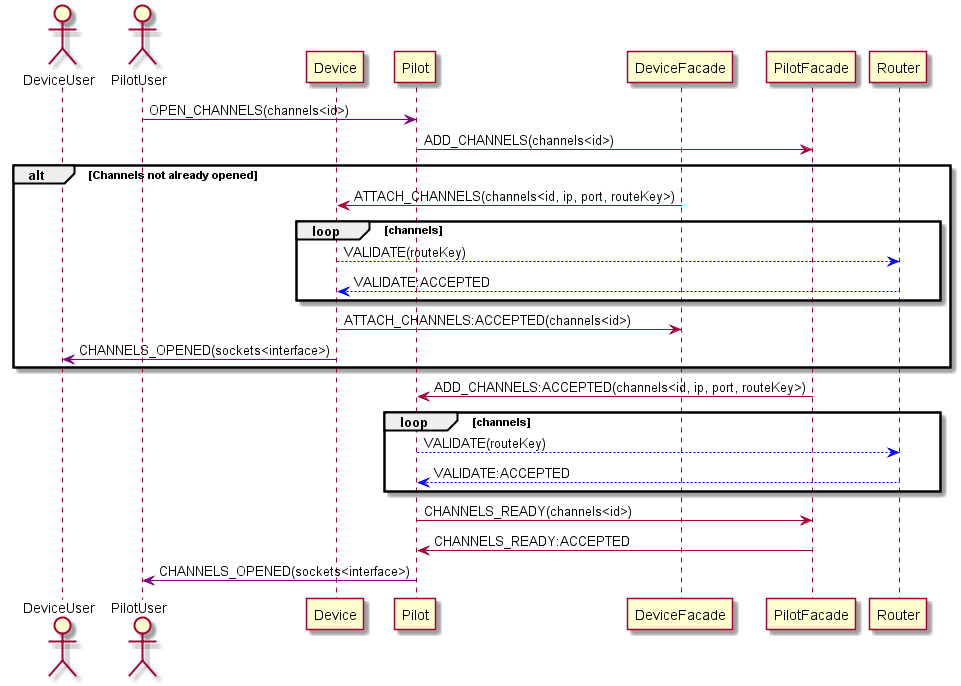
Earlier version of the PlantUML export doc/flows/6_channels_add.png (nawbar23/fleetmgr). Its diagram source:
```plantuml
@startuml

actor DeviceUser
actor PilotUser
participant Device
participant Pilot
participant DeviceFacade
participant PilotFacade
participant Router

PilotUser -[#purple]> Pilot: OPEN_CHANNELS(channels<id>)

Pilot -> PilotFacade: ADD_CHANNELS(channels<id>)


alt Channels not already opened



DeviceFacade -> Device: ATTACH_CHANNELS(channels<id, ip, port, routeKey>)

loop channels
Device --[#blue]> Router: VALIDATE(routeKey)
Router --[#blue]> Device: VALIDATE:ACCEPTED
end

Device -> DeviceFacade: ATTACH_CHANNELS:ACCEPTED(channels<id>)

Device -[#purple]> DeviceUser: CHANNELS_OPENED(sockets<interface>)


end



PilotFacade -> Pilot: ADD_CHANNELS:ACCEPTED(channels<id, ip, port, routeKey>)

loop channels
Pilot --[#blue]> Router: VALIDATE(routeKey)
Router --[#blue]> Pilot: VALIDATE:ACCEPTED
end

Pilot -> PilotFacade: CHANNELS_READY(channels<id>)




PilotFacade -> Pilot: CHANNELS_READY:ACCEPTED

Pilot -[#purple]> PilotUser: CHANNELS_OPENED(sockets<interface>)

@enduml
```
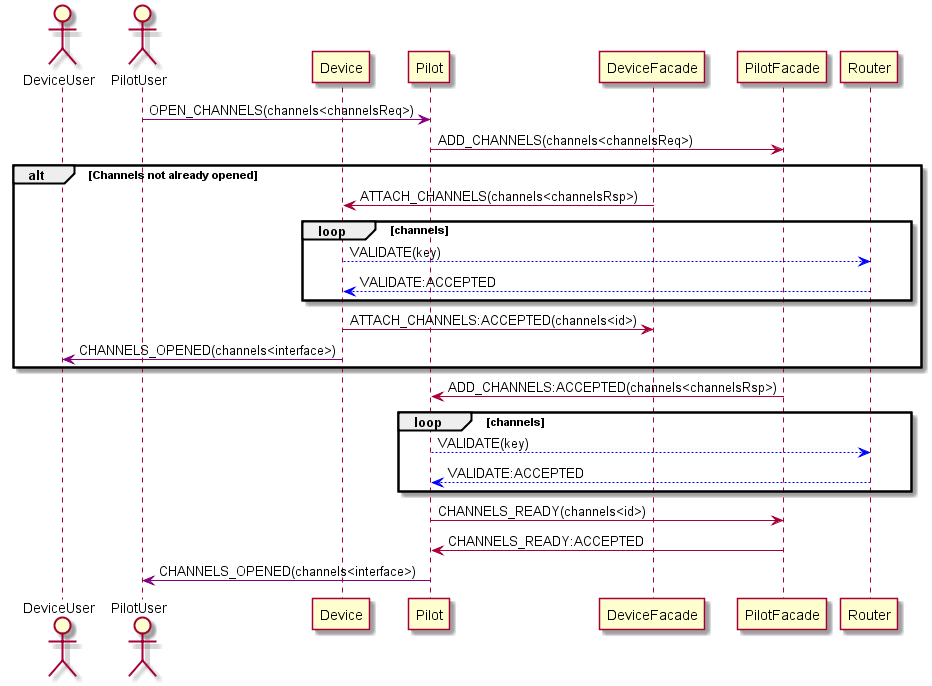
The same file after the commit.

Change to the diagram source:
```diff
@@ -8,35 +8,35 @@
 participant PilotFacade
 participant Router
 
-PilotUser -[#purple]> Pilot: OPEN_CHANNELS(channels<id>)
+PilotUser -[#purple]> Pilot: OPEN_CHANNELS(channels<channelsReq>)
 
-Pilot -> PilotFacade: ADD_CHANNELS(channels<id>)
+Pilot -> PilotFacade: ADD_CHANNELS(channels<channelsReq>)
 
 
 alt Channels not already opened
 
 
 
-DeviceFacade -> Device: ATTACH_CHANNELS(channels<id, ip, port, routeKey>)
+DeviceFacade -> Device: ATTACH_CHANNELS(channels<channelsRsp>)
 
 loop channels
-Device --[#blue]> Router: VALIDATE(routeKey)
+Device --[#blue]> Router: VALIDATE(key)
 Router --[#blue]> Device: VALIDATE:ACCEPTED
 end
 
 Device -> DeviceFacade: ATTACH_CHANNELS:ACCEPTED(channels<id>)
 
-Device -[#purple]> DeviceUser: CHANNELS_OPENED(sockets<interface>)
+Device -[#purple]> DeviceUser: CHANNELS_OPENED(channels<interface>)
 
 
 end
 
 
 
-PilotFacade -> Pilot: ADD_CHANNELS:ACCEPTED(channels<id, ip, port, routeKey>)
+PilotFacade -> Pilot: ADD_CHANNELS:ACCEPTED(channels<channelsRsp>)
 
 loop channels
-Pilot --[#blue]> Router: VALIDATE(routeKey)
+Pilot --[#blue]> Router: VALIDATE(key)
 Router --[#blue]> Pilot: VALIDATE:ACCEPTED
 end
 
@@ -47,6 +47,6 @@
 
 PilotFacade -> Pilot: CHANNELS_READY:ACCEPTED
 
-Pilot -[#purple]> PilotUser: CHANNELS_OPENED(sockets<interface>)
+Pilot -[#purple]> PilotUser: CHANNELS_OPENED(channels<interface>)
 
 @enduml
```
